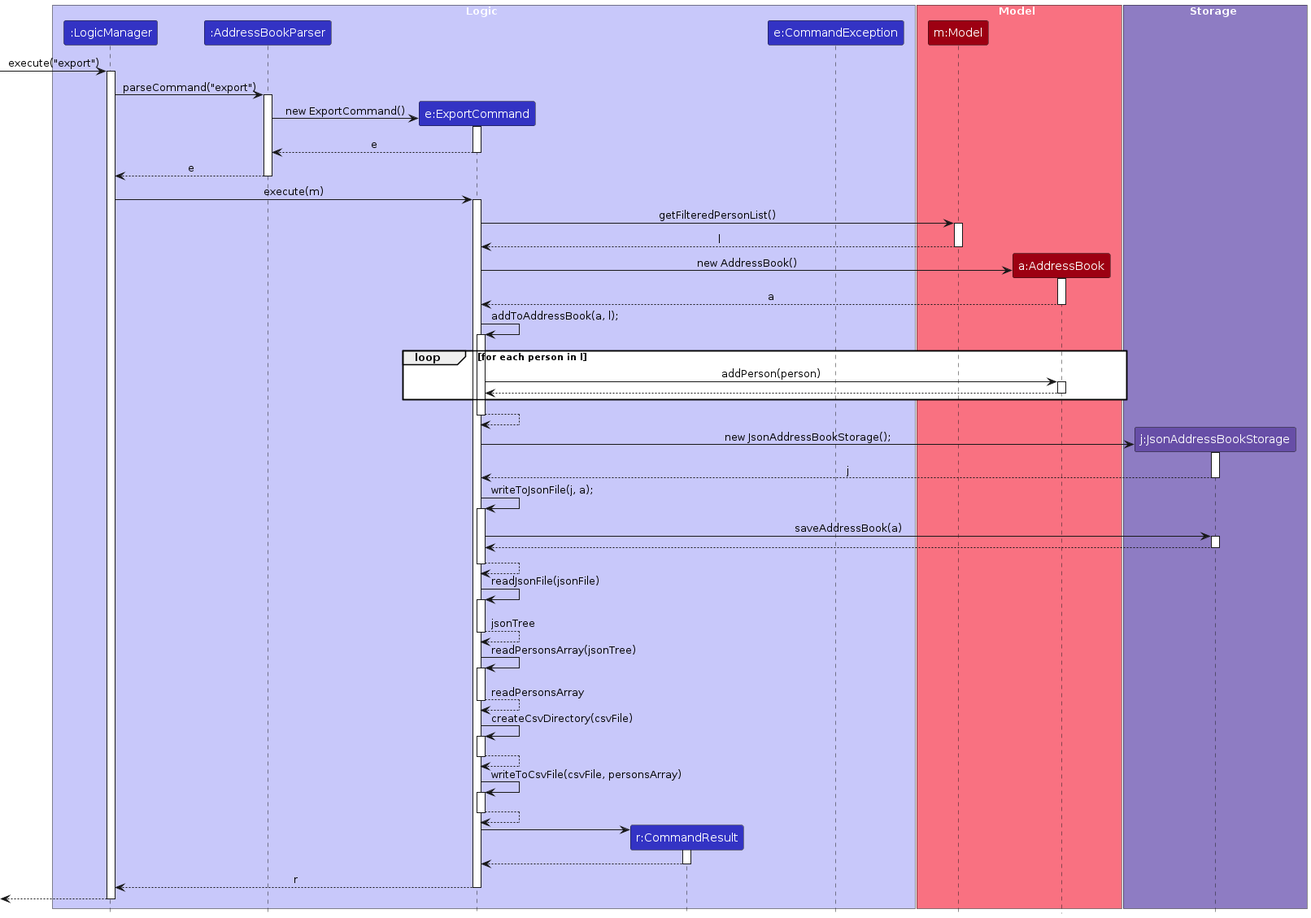
Above: diagrams/ExportSequenceDiagram.png in AY2324S2-CS2103T-T10-1/tp (PlantUML), before the change. Its source is kept beside it as diagrams/ExportSequenceDiagram.puml.
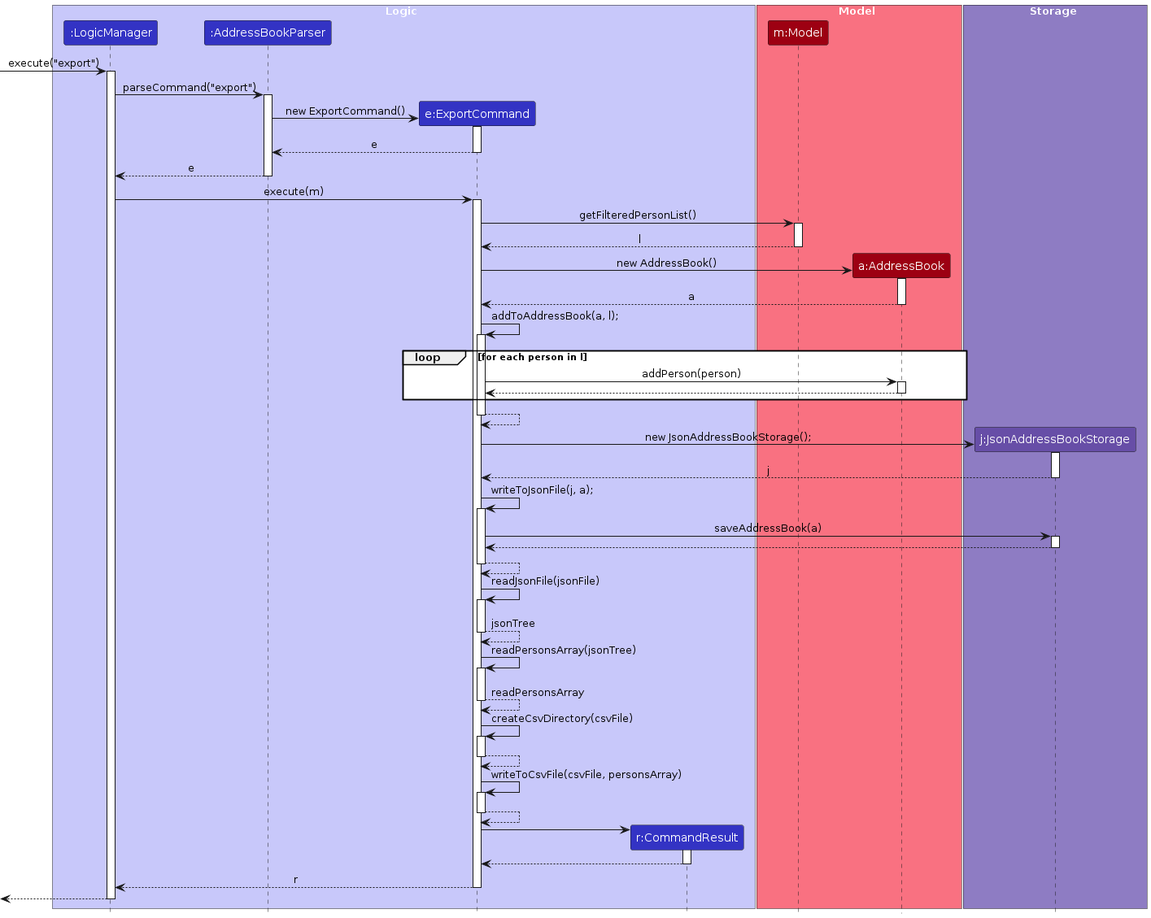
After the commit.

The edit, as a diff of the source:
```diff
@@ -7,7 +7,6 @@
 participant ":AddressBookParser" as AddressBookParser LOGIC_COLOR
 participant "e:ExportCommand" as ExportCommand LOGIC_COLOR
 participant "r:CommandResult" as CommandResult LOGIC_COLOR
-participant "e:CommandException" as CommandException LOGIC_COLOR
 end box
 
 box Model MODEL_COLOR_T1
```
